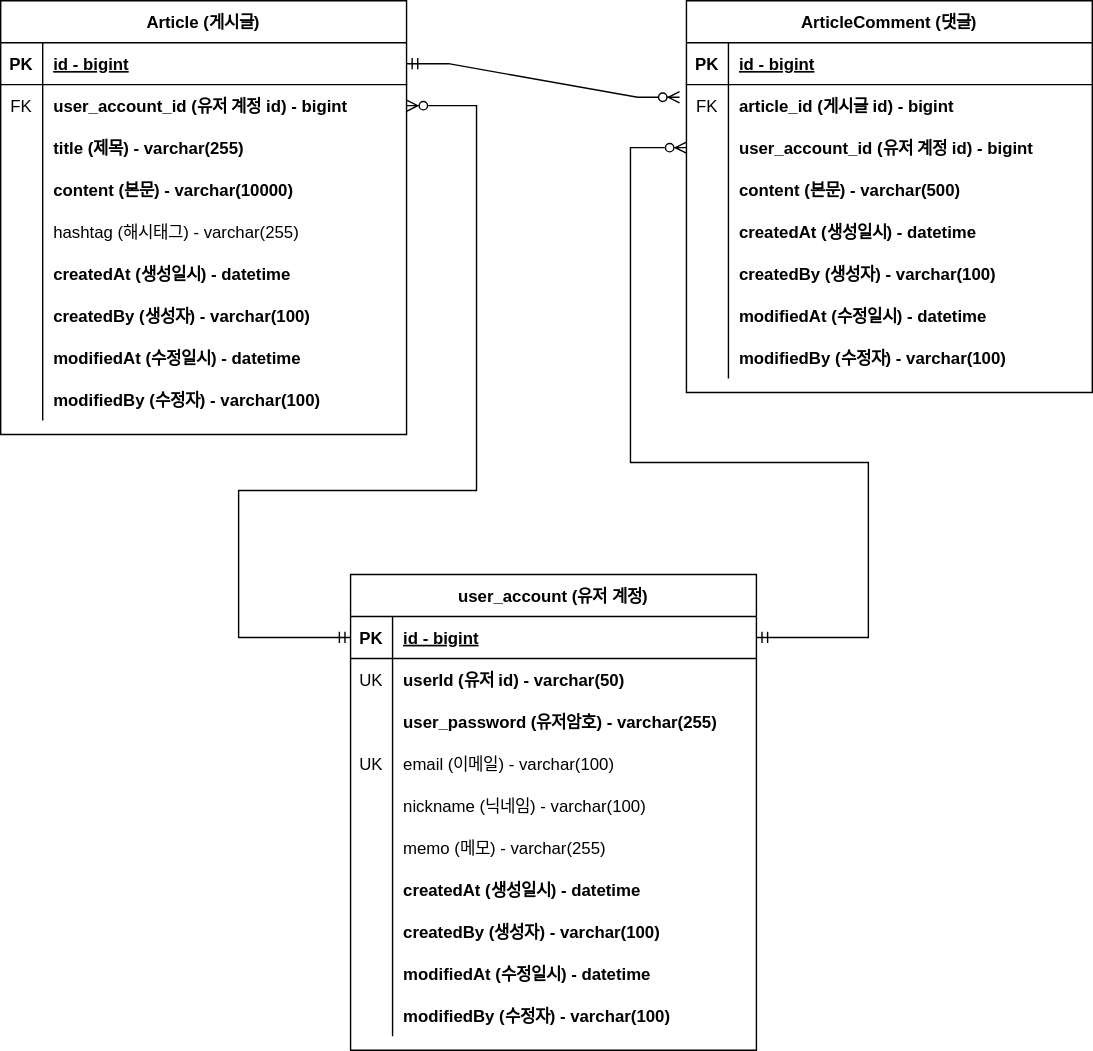
This is document/project-board-erd.svg from zjvl11/project-board, a draw.io export, as it was before one commit. Source tidied: cells renumbered, new cells last; positions are measured from the earlier drawing's top-left corner, leaving out a move shared by most shapes.
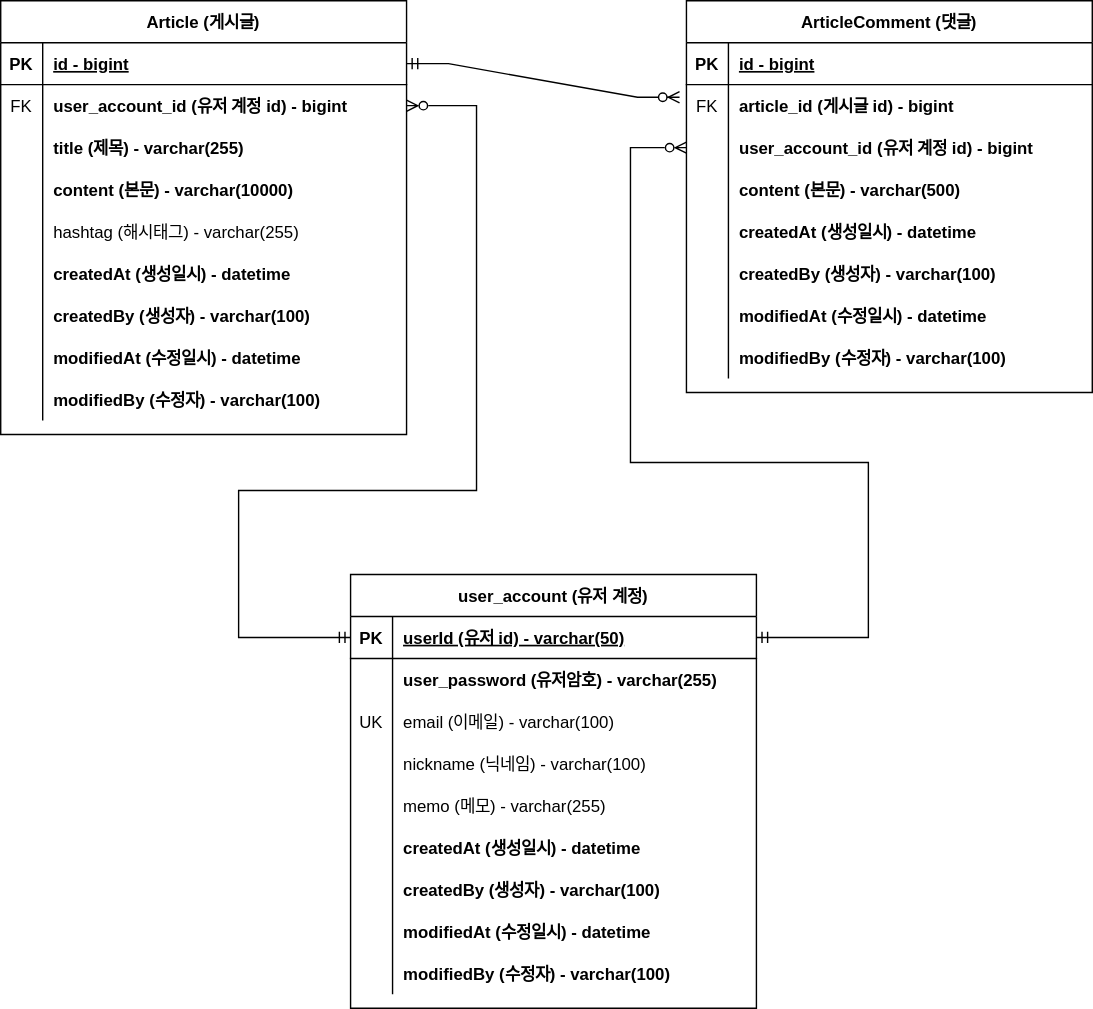
The same diagram one commit later.

Change to the diagram source:
```diff
@@ -169,7 +169,7 @@
       </mxGeometry>
     </mxCell>
     <mxCell id="56" value="user_account (유저 계정)" style="shape=table;startSize=30;rowLines=0;fontStyle=1;align=center;" parent="1" vertex="1">
-      <mxGeometry x="250" y="410" width="290" height="340" as="geometry" />
+      <mxGeometry x="250" y="410" width="290" height="310" as="geometry" />
     </mxCell>
     <mxCell id="57" style="shape=partialRectangle;fillColor=none;points=[[0,0.5],[1,0.5]];portConstraint=eastwest;top=0;left=0;right=0;bottom=1;" parent="56" vertex="1">
       <mxGeometry y="30" width="290" height="30" as="geometry" />
@@ -177,20 +177,11 @@
     <mxCell id="58" value="PK" style="shape=partialRectangle;overflow=hidden;fillColor=none;top=0;left=0;bottom=0;right=0;fontStyle=1;" parent="57" vertex="1">
       <mxGeometry width="30" height="30" as="geometry" />
     </mxCell>
-    <mxCell id="59" value="id - bigint" style="shape=partialRectangle;overflow=hidden;fillColor=none;top=0;left=0;bottom=0;right=0;align=left;spacingLeft=6;fontStyle=5;" parent="57" vertex="1">
+    <mxCell id="59" value="userId (유저 id) - varchar(50)" style="shape=partialRectangle;overflow=hidden;fillColor=none;top=0;left=0;bottom=0;right=0;align=left;spacingLeft=6;fontStyle=5;" parent="57" vertex="1">
       <mxGeometry x="30" width="260" height="30" as="geometry" />
     </mxCell>
-    <mxCell id="60" style="shape=partialRectangle;fillColor=none;top=0;left=0;right=0;bottom=0;" parent="56" vertex="1">
-      <mxGeometry y="60" width="290" height="30" as="geometry" />
-    </mxCell>
-    <mxCell id="61" value="UK" style="shape=partialRectangle;overflow=hidden;fillColor=none;top=0;left=0;bottom=0;right=0;" parent="60" vertex="1">
-      <mxGeometry width="30" height="30" as="geometry" />
-    </mxCell>
-    <mxCell id="62" value="userId (유저 id) - varchar(50)" style="shape=partialRectangle;overflow=hidden;fillColor=none;top=0;left=0;bottom=0;right=0;align=left;spacingLeft=6;fontStyle=1;" parent="60" vertex="1">
-      <mxGeometry x="30" width="260" height="30" as="geometry" />
-    </mxCell>
     <mxCell id="63" style="shape=partialRectangle;fillColor=none;top=0;left=0;right=0;bottom=0;" parent="56" vertex="1">
-      <mxGeometry y="90" width="290" height="30" as="geometry" />
+      <mxGeometry y="60" width="290" height="30" as="geometry" />
     </mxCell>
     <mxCell id="64" style="shape=partialRectangle;overflow=hidden;fillColor=none;top=0;left=0;bottom=0;right=0;" parent="63" vertex="1">
       <mxGeometry width="30" height="30" as="geometry" />
@@ -199,7 +190,7 @@
       <mxGeometry x="30" width="260" height="30" as="geometry" />
     </mxCell>
     <mxCell id="66" style="shape=partialRectangle;fillColor=none;top=0;left=0;right=0;bottom=0;" parent="56" vertex="1">
-      <mxGeometry y="120" width="290" height="30" as="geometry" />
+      <mxGeometry y="90" width="290" height="30" as="geometry" />
     </mxCell>
     <mxCell id="67" value="UK" style="shape=partialRectangle;overflow=hidden;fillColor=none;top=0;left=0;bottom=0;right=0;" parent="66" vertex="1">
       <mxGeometry width="30" height="30" as="geometry" />
@@ -208,7 +199,7 @@
       <mxGeometry x="30" width="260" height="30" as="geometry" />
     </mxCell>
     <mxCell id="69" style="shape=partialRectangle;fillColor=none;top=0;left=0;right=0;bottom=0;" parent="56" vertex="1">
-      <mxGeometry y="150" width="290" height="30" as="geometry" />
+      <mxGeometry y="120" width="290" height="30" as="geometry" />
     </mxCell>
     <mxCell id="70" style="shape=partialRectangle;overflow=hidden;fillColor=none;top=0;left=0;bottom=0;right=0;" parent="69" vertex="1">
       <mxGeometry width="30" height="30" as="geometry" />
@@ -217,7 +208,7 @@
       <mxGeometry x="30" width="260" height="30" as="geometry" />
     </mxCell>
     <mxCell id="72" style="shape=partialRectangle;fillColor=none;top=0;left=0;right=0;bottom=0;" parent="56" vertex="1">
-      <mxGeometry y="180" width="290" height="30" as="geometry" />
+      <mxGeometry y="150" width="290" height="30" as="geometry" />
     </mxCell>
     <mxCell id="73" style="shape=partialRectangle;overflow=hidden;fillColor=none;top=0;left=0;bottom=0;right=0;" parent="72" vertex="1">
       <mxGeometry width="30" height="30" as="geometry" />
@@ -226,7 +217,7 @@
       <mxGeometry x="30" width="260" height="30" as="geometry" />
     </mxCell>
     <mxCell id="75" style="shape=partialRectangle;fillColor=none;top=0;left=0;right=0;bottom=0;" parent="56" vertex="1">
-      <mxGeometry y="210" width="290" height="30" as="geometry" />
+      <mxGeometry y="180" width="290" height="30" as="geometry" />
     </mxCell>
     <mxCell id="76" style="shape=partialRectangle;overflow=hidden;fillColor=none;top=0;left=0;bottom=0;right=0;" parent="75" vertex="1">
       <mxGeometry width="30" height="30" as="geometry" />
@@ -235,7 +226,7 @@
       <mxGeometry x="30" width="260" height="30" as="geometry" />
     </mxCell>
     <mxCell id="78" style="shape=partialRectangle;fillColor=none;top=0;left=0;right=0;bottom=0;" parent="56" vertex="1">
-      <mxGeometry y="240" width="290" height="30" as="geometry" />
+      <mxGeometry y="210" width="290" height="30" as="geometry" />
     </mxCell>
     <mxCell id="79" style="shape=partialRectangle;overflow=hidden;fillColor=none;top=0;left=0;bottom=0;right=0;" parent="78" vertex="1">
       <mxGeometry width="30" height="30" as="geometry" />
@@ -244,7 +235,7 @@
       <mxGeometry x="30" width="260" height="30" as="geometry" />
     </mxCell>
     <mxCell id="81" style="shape=partialRectangle;fillColor=none;top=0;left=0;right=0;bottom=0;" parent="56" vertex="1">
-      <mxGeometry y="270" width="290" height="30" as="geometry" />
+      <mxGeometry y="240" width="290" height="30" as="geometry" />
     </mxCell>
     <mxCell id="82" style="shape=partialRectangle;overflow=hidden;fillColor=none;top=0;left=0;bottom=0;right=0;" parent="81" vertex="1">
       <mxGeometry width="30" height="30" as="geometry" />
@@ -253,7 +244,7 @@
       <mxGeometry x="30" width="260" height="30" as="geometry" />
     </mxCell>
     <mxCell id="84" style="shape=partialRectangle;fillColor=none;top=0;left=0;right=0;bottom=0;" parent="56" vertex="1">
-      <mxGeometry y="300" width="290" height="30" as="geometry" />
+      <mxGeometry y="270" width="290" height="30" as="geometry" />
     </mxCell>
     <mxCell id="85" style="shape=partialRectangle;overflow=hidden;fillColor=none;top=0;left=0;bottom=0;right=0;" parent="84" vertex="1">
       <mxGeometry width="30" height="30" as="geometry" />
```
